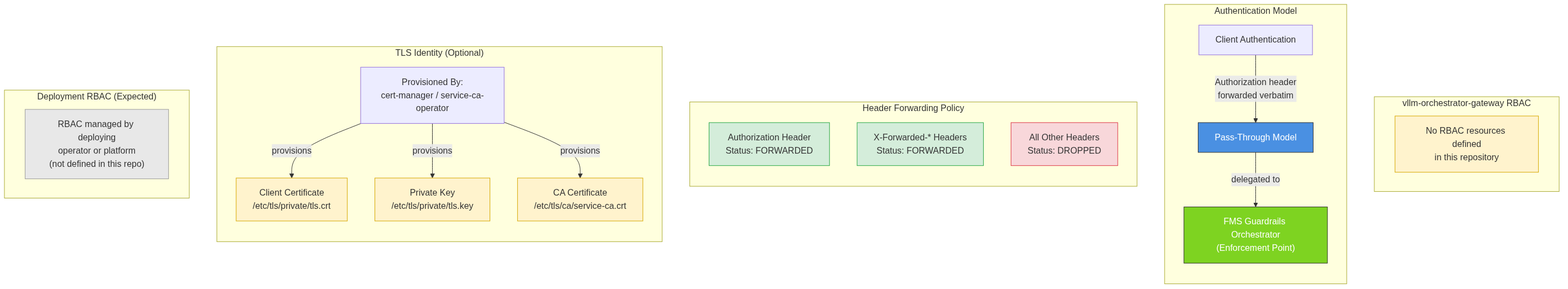
Earlier version of the Mermaid export architecture/rhoai-3.4-ea.2/diagrams/vllm-orchestrator-gateway-rbac.png (rhuss/architecture-context). Its source is kept beside it as architecture/rhoai-3.4-ea.2/diagrams/vllm-orchestrator-gateway-rbac.mmd. Source of this version:
```mermaid

graph TD
    subgraph "vllm-orchestrator-gateway RBAC"
        Note["No RBAC resources defined<br/>in this repository"]
    end

    subgraph "Authentication Model"
        direction TB
        ClientAuth["Client Authentication"]
        PassThrough["Pass-Through Model"]
        OrchestratorAuth["FMS Guardrails Orchestrator<br/>(Enforcement Point)"]

        ClientAuth -->|"Authorization header<br/>forwarded verbatim"| PassThrough
        PassThrough -->|"delegated to"| OrchestratorAuth
    end

    subgraph "Header Forwarding Policy"
        direction TB
        AuthHeader["Authorization Header<br/>Status: FORWARDED"]
        XForwarded["X-Forwarded-* Headers<br/>Status: FORWARDED"]
        OtherHeaders["All Other Headers<br/>Status: DROPPED"]
    end

    subgraph "TLS Identity (Optional)"
        direction TB
        ClientCert["Client Certificate<br/>/etc/tls/private/tls.crt"]
        PrivateKey["Private Key<br/>/etc/tls/private/tls.key"]
        CACert["CA Certificate<br/>/etc/tls/ca/service-ca.crt"]
        CertProvisioner["Provisioned By:<br/>cert-manager / service-ca-operator"]

        CertProvisioner -->|"provisions"| ClientCert
        CertProvisioner -->|"provisions"| PrivateKey
        CertProvisioner -->|"provisions"| CACert
    end

    subgraph "Deployment RBAC (Expected)"
        DeployNote["RBAC managed by deploying<br/>operator or platform<br/>(not defined in this repo)"]
    end

    style Note fill:#fff3cd,stroke:#d6a700,color:#333
    style PassThrough fill:#4a90e2,stroke:#333,color:#fff
    style OrchestratorAuth fill:#7ed321,stroke:#333,color:#fff
    style AuthHeader fill:#d4edda,stroke:#28a745
    style XForwarded fill:#d4edda,stroke:#28a745
    style OtherHeaders fill:#f8d7da,stroke:#dc3545
    style ClientCert fill:#fff3cd,stroke:#d6a700
    style PrivateKey fill:#fff3cd,stroke:#d6a700
    style CACert fill:#fff3cd,stroke:#d6a700
    style DeployNote fill:#e8e8e8,stroke:#999
```
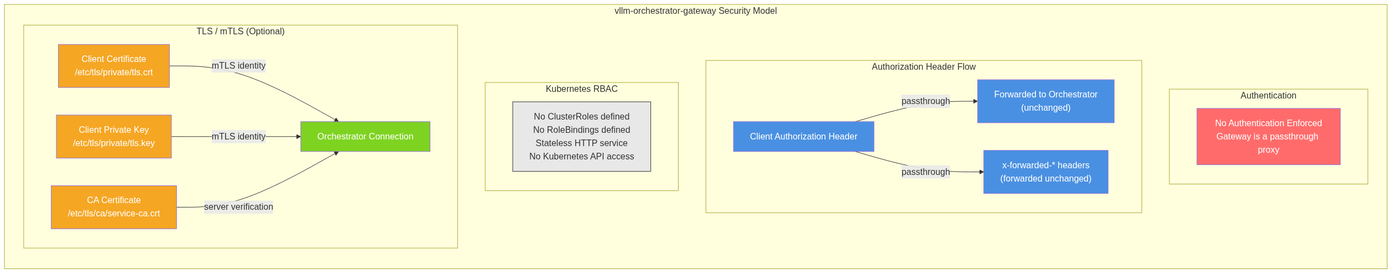
Above is the later version.

Change to the diagram source:
```diff
@@ -1,49 +1,40 @@
 
 graph TD
-    subgraph "vllm-orchestrator-gateway RBAC"
-        Note["No RBAC resources defined<br/>in this repository"]
+    subgraph "vllm-orchestrator-gateway Security Model"
+        direction TB
+
+        subgraph "Authentication"
+            NoAuth["No Authentication Enforced<br/>Gateway is a passthrough proxy"]
+        end
+
+        subgraph "Authorization Header Flow"
+            ClientAuth["Client Authorization Header"]
+            ForwardAuth["Forwarded to Orchestrator<br/>(unchanged)"]
+            XForwarded["x-forwarded-* headers<br/>(forwarded unchanged)"]
+            ClientAuth -->|"passthrough"| ForwardAuth
+            ClientAuth -->|"passthrough"| XForwarded
+        end
+
+        subgraph "Kubernetes RBAC"
+            NoRBAC["No ClusterRoles defined<br/>No RoleBindings defined<br/>Stateless HTTP service<br/>No Kubernetes API access"]
+        end
+
+        subgraph "TLS / mTLS (Optional)"
+            TLSCert["Client Certificate<br/>/etc/tls/private/tls.crt"]
+            TLSKey["Client Private Key<br/>/etc/tls/private/tls.key"]
+            CACert["CA Certificate<br/>/etc/tls/ca/service-ca.crt"]
+            TLSCert -->|"mTLS identity"| OrchestratorConn["Orchestrator Connection"]
+            TLSKey -->|"mTLS identity"| OrchestratorConn
+            CACert -->|"server verification"| OrchestratorConn
+        end
     end
 
-    subgraph "Authentication Model"
-        direction TB
-        ClientAuth["Client Authentication"]
-        PassThrough["Pass-Through Model"]
-        OrchestratorAuth["FMS Guardrails Orchestrator<br/>(Enforcement Point)"]
-
-        ClientAuth -->|"Authorization header<br/>forwarded verbatim"| PassThrough
-        PassThrough -->|"delegated to"| OrchestratorAuth
-    end
-
-    subgraph "Header Forwarding Policy"
-        direction TB
-        AuthHeader["Authorization Header<br/>Status: FORWARDED"]
-        XForwarded["X-Forwarded-* Headers<br/>Status: FORWARDED"]
-        OtherHeaders["All Other Headers<br/>Status: DROPPED"]
-    end
-
-    subgraph "TLS Identity (Optional)"
-        direction TB
-        ClientCert["Client Certificate<br/>/etc/tls/private/tls.crt"]
-        PrivateKey["Private Key<br/>/etc/tls/private/tls.key"]
-        CACert["CA Certificate<br/>/etc/tls/ca/service-ca.crt"]
-        CertProvisioner["Provisioned By:<br/>cert-manager / service-ca-operator"]
-
-        CertProvisioner -->|"provisions"| ClientCert
-        CertProvisioner -->|"provisions"| PrivateKey
-        CertProvisioner -->|"provisions"| CACert
-    end
-
-    subgraph "Deployment RBAC (Expected)"
-        DeployNote["RBAC managed by deploying<br/>operator or platform<br/>(not defined in this repo)"]
-    end
-
-    style Note fill:#fff3cd,stroke:#d6a700,color:#333
-    style PassThrough fill:#4a90e2,stroke:#333,color:#fff
-    style OrchestratorAuth fill:#7ed321,stroke:#333,color:#fff
-    style AuthHeader fill:#d4edda,stroke:#28a745
-    style XForwarded fill:#d4edda,stroke:#28a745
-    style OtherHeaders fill:#f8d7da,stroke:#dc3545
-    style ClientCert fill:#fff3cd,stroke:#d6a700
-    style PrivateKey fill:#fff3cd,stroke:#d6a700
-    style CACert fill:#fff3cd,stroke:#d6a700
-    style DeployNote fill:#e8e8e8,stroke:#999
+    style NoAuth fill:#ff6b6b,color:#fff
+    style NoRBAC fill:#e8e8e8,stroke:#333
+    style ClientAuth fill:#4a90e2,color:#fff
+    style ForwardAuth fill:#4a90e2,color:#fff
+    style XForwarded fill:#4a90e2,color:#fff
+    style TLSCert fill:#f5a623,color:#fff
+    style TLSKey fill:#f5a623,color:#fff
+    style CACert fill:#f5a623,color:#fff
+    style OrchestratorConn fill:#7ed321,color:#fff
```
